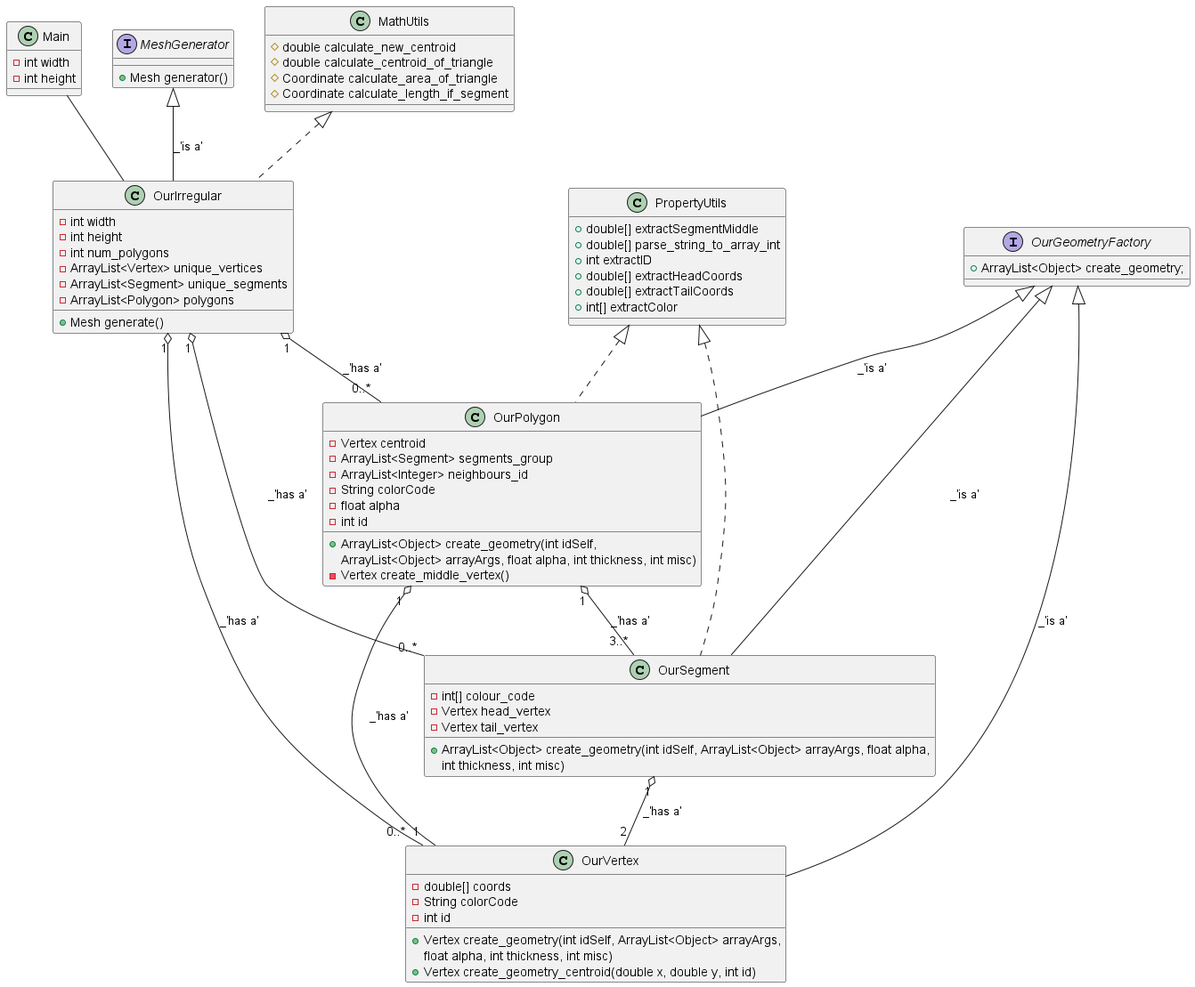
This is class_diagrams/3generator.png from BaoGeist/Island-Mesh-Generation, a PlantUML export, as it was before one commit.
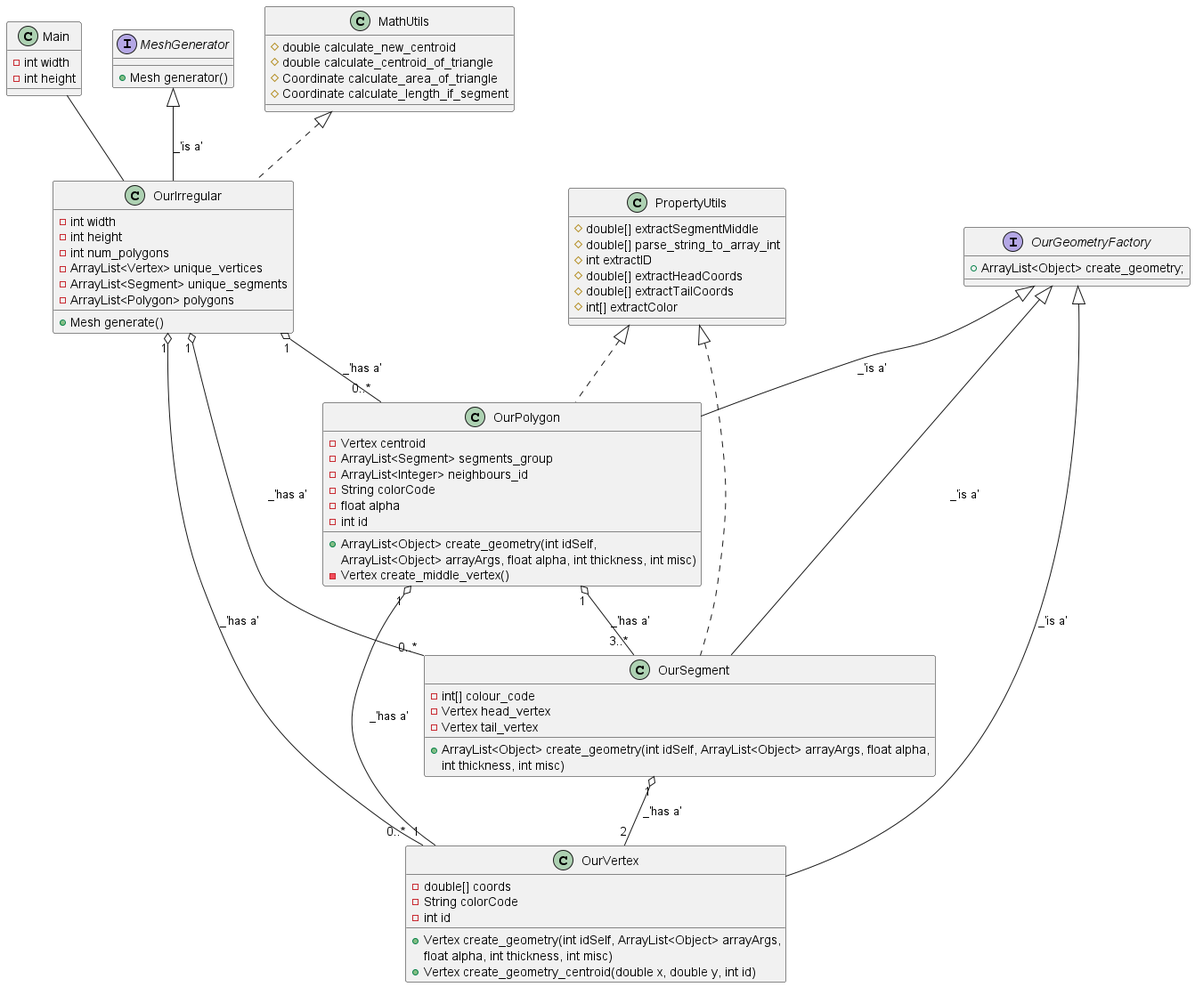
Later version of the same file.

The edit, as a diff of the source:
```diff
@@ -66,12 +66,12 @@
     OurIrregular "1" o-- "0..*" OurVertex: _'has a'
 
     class PropertyUtils {
-        +double[] extractSegmentMiddle
-        +double[] parse_string_to_array_int
-        +int extractID
-        +double[] extractHeadCoords
-        +double[] extractTailCoords
-        +int[] extractColor
+        #double[] extractSegmentMiddle
+        #double[] parse_string_to_array_int
+        #int extractID
+        #double[] extractHeadCoords
+        #double[] extractTailCoords
+        #int[] extractColor
     }
     PropertyUtils <|.. OurSegment
     PropertyUtils <|.. OurPolygon
```
